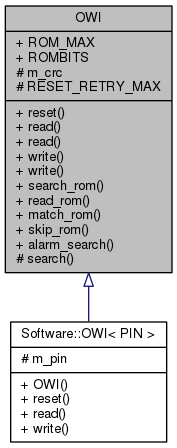
Above: Arduino-OWI/da/d5e/classOWI__inherit__graph.png in mikaelpatel/mikaelpatel.github.io (Graphviz), before the change. Its source is kept beside it as Arduino-OWI/da/d5e/classOWI__inherit__graph.dot.
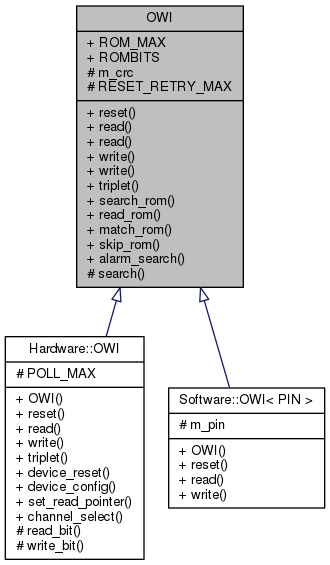
Above is the later version.

What changed in the source:
```diff
@@ -2,7 +2,9 @@
 {
   edge [fontname="Helvetica",fontsize="10",labelfontname="Helvetica",labelfontsize="10"];
   node [fontname="Helvetica",fontsize="10",shape=record];
-  Node1 [label="{OWI\n|+ ROM_MAX\l+ ROMBITS\l# m_crc\l# RESET_RETRY_MAX\l|+ reset()\l+ read()\l+ read()\l+ write()\l+ write()\l+ search_rom()\l+ read_rom()\l+ match_rom()\l+ skip_rom()\l+ alarm_search()\l# search()\l}",height=0.2,width=0.4,color="black", fillcolor="grey75", style="filled", fontcolor="black"];
+  Node1 [label="{OWI\n|+ ROM_MAX\l+ ROMBITS\l# m_crc\l# RESET_RETRY_MAX\l|+ reset()\l+ read()\l+ read()\l+ write()\l+ write()\l+ triplet()\l+ search_rom()\l+ read_rom()\l+ match_rom()\l+ skip_rom()\l+ alarm_search()\l# search()\l}",height=0.2,width=0.4,color="black", fillcolor="grey75", style="filled", fontcolor="black"];
   Node1 -> Node2 [dir="back",color="midnightblue",fontsize="10",style="solid",arrowtail="onormal",fontname="Helvetica"];
-  Node2 [label="{Software::OWI\< PIN \>\n|# m_pin\l|+ OWI()\l+ reset()\l+ read()\l+ write()\l}",height=0.2,width=0.4,color="black", fillcolor="white", style="filled",URL="$d0/de1/classSoftware_1_1OWI.html"];
+  Node2 [label="{Hardware::OWI\n|# POLL_MAX\l|+ OWI()\l+ reset()\l+ read()\l+ write()\l+ triplet()\l+ device_reset()\l+ device_config()\l+ set_read_pointer()\l+ channel_select()\l# read_bit()\l# write_bit()\l}",height=0.2,width=0.4,color="black", fillcolor="white", style="filled",URL="$d3/d22/classHardware_1_1OWI.html"];
+  Node1 -> Node3 [dir="back",color="midnightblue",fontsize="10",style="solid",arrowtail="onormal",fontname="Helvetica"];
+  Node3 [label="{Software::OWI\< PIN \>\n|# m_pin\l|+ OWI()\l+ reset()\l+ read()\l+ write()\l}",height=0.2,width=0.4,color="black", fillcolor="white", style="filled",URL="$d0/de1/classSoftware_1_1OWI.html"];
 }
```
